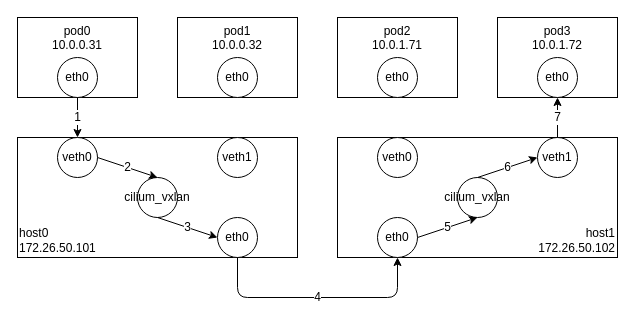
This is page "vxlan" (1 of 2) of k8s.cilium/cilium.drawio from haruband/codebook, a draw.io file, before an edit. Source tidied: cells renumbered, new cells numbered last; positions are measured from the earlier drawing's top-left corner, leaving out a move shared by most shapes. Both pictures are drawn from the tidied source at 100%, with x=0, y=0 at pixel (17, 17).
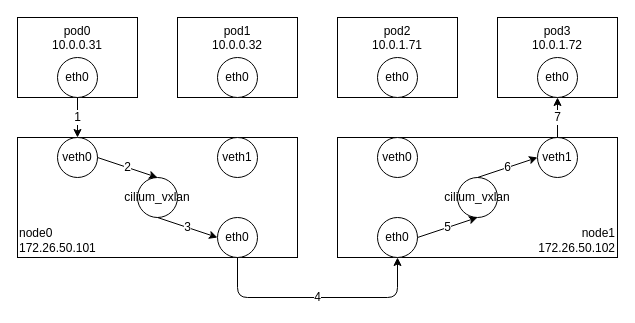
The same diagram, later.

Change to the diagram source:
```diff
@@
-    <mxCell id="6" value="host0&lt;br&gt;172.26.50.101" style="rounded=0;whiteSpace=wrap;html=1;align=left;verticalAlign=bottom;" parent="1" vertex="1">
+    <mxCell id="6" value="node0&lt;br&gt;172.26.50.101" style="rounded=0;whiteSpace=wrap;html=1;align=left;verticalAlign=bottom;" parent="1" vertex="1">
       <mxGeometry y="120" width="280" height="120" as="geometry" />
     </mxCell>
@@
-    <mxCell id="14" value="host1&lt;br&gt;172.26.50.102" style="rounded=0;whiteSpace=wrap;html=1;align=right;verticalAlign=bottom;" parent="1" vertex="1">
+    <mxCell id="14" value="node1&lt;br&gt;172.26.50.102" style="rounded=0;whiteSpace=wrap;html=1;align=right;verticalAlign=bottom;" parent="1" vertex="1">
       <mxGeometry x="320" y="120" width="280" height="120" as="geometry" />
     </mxCell>
```
